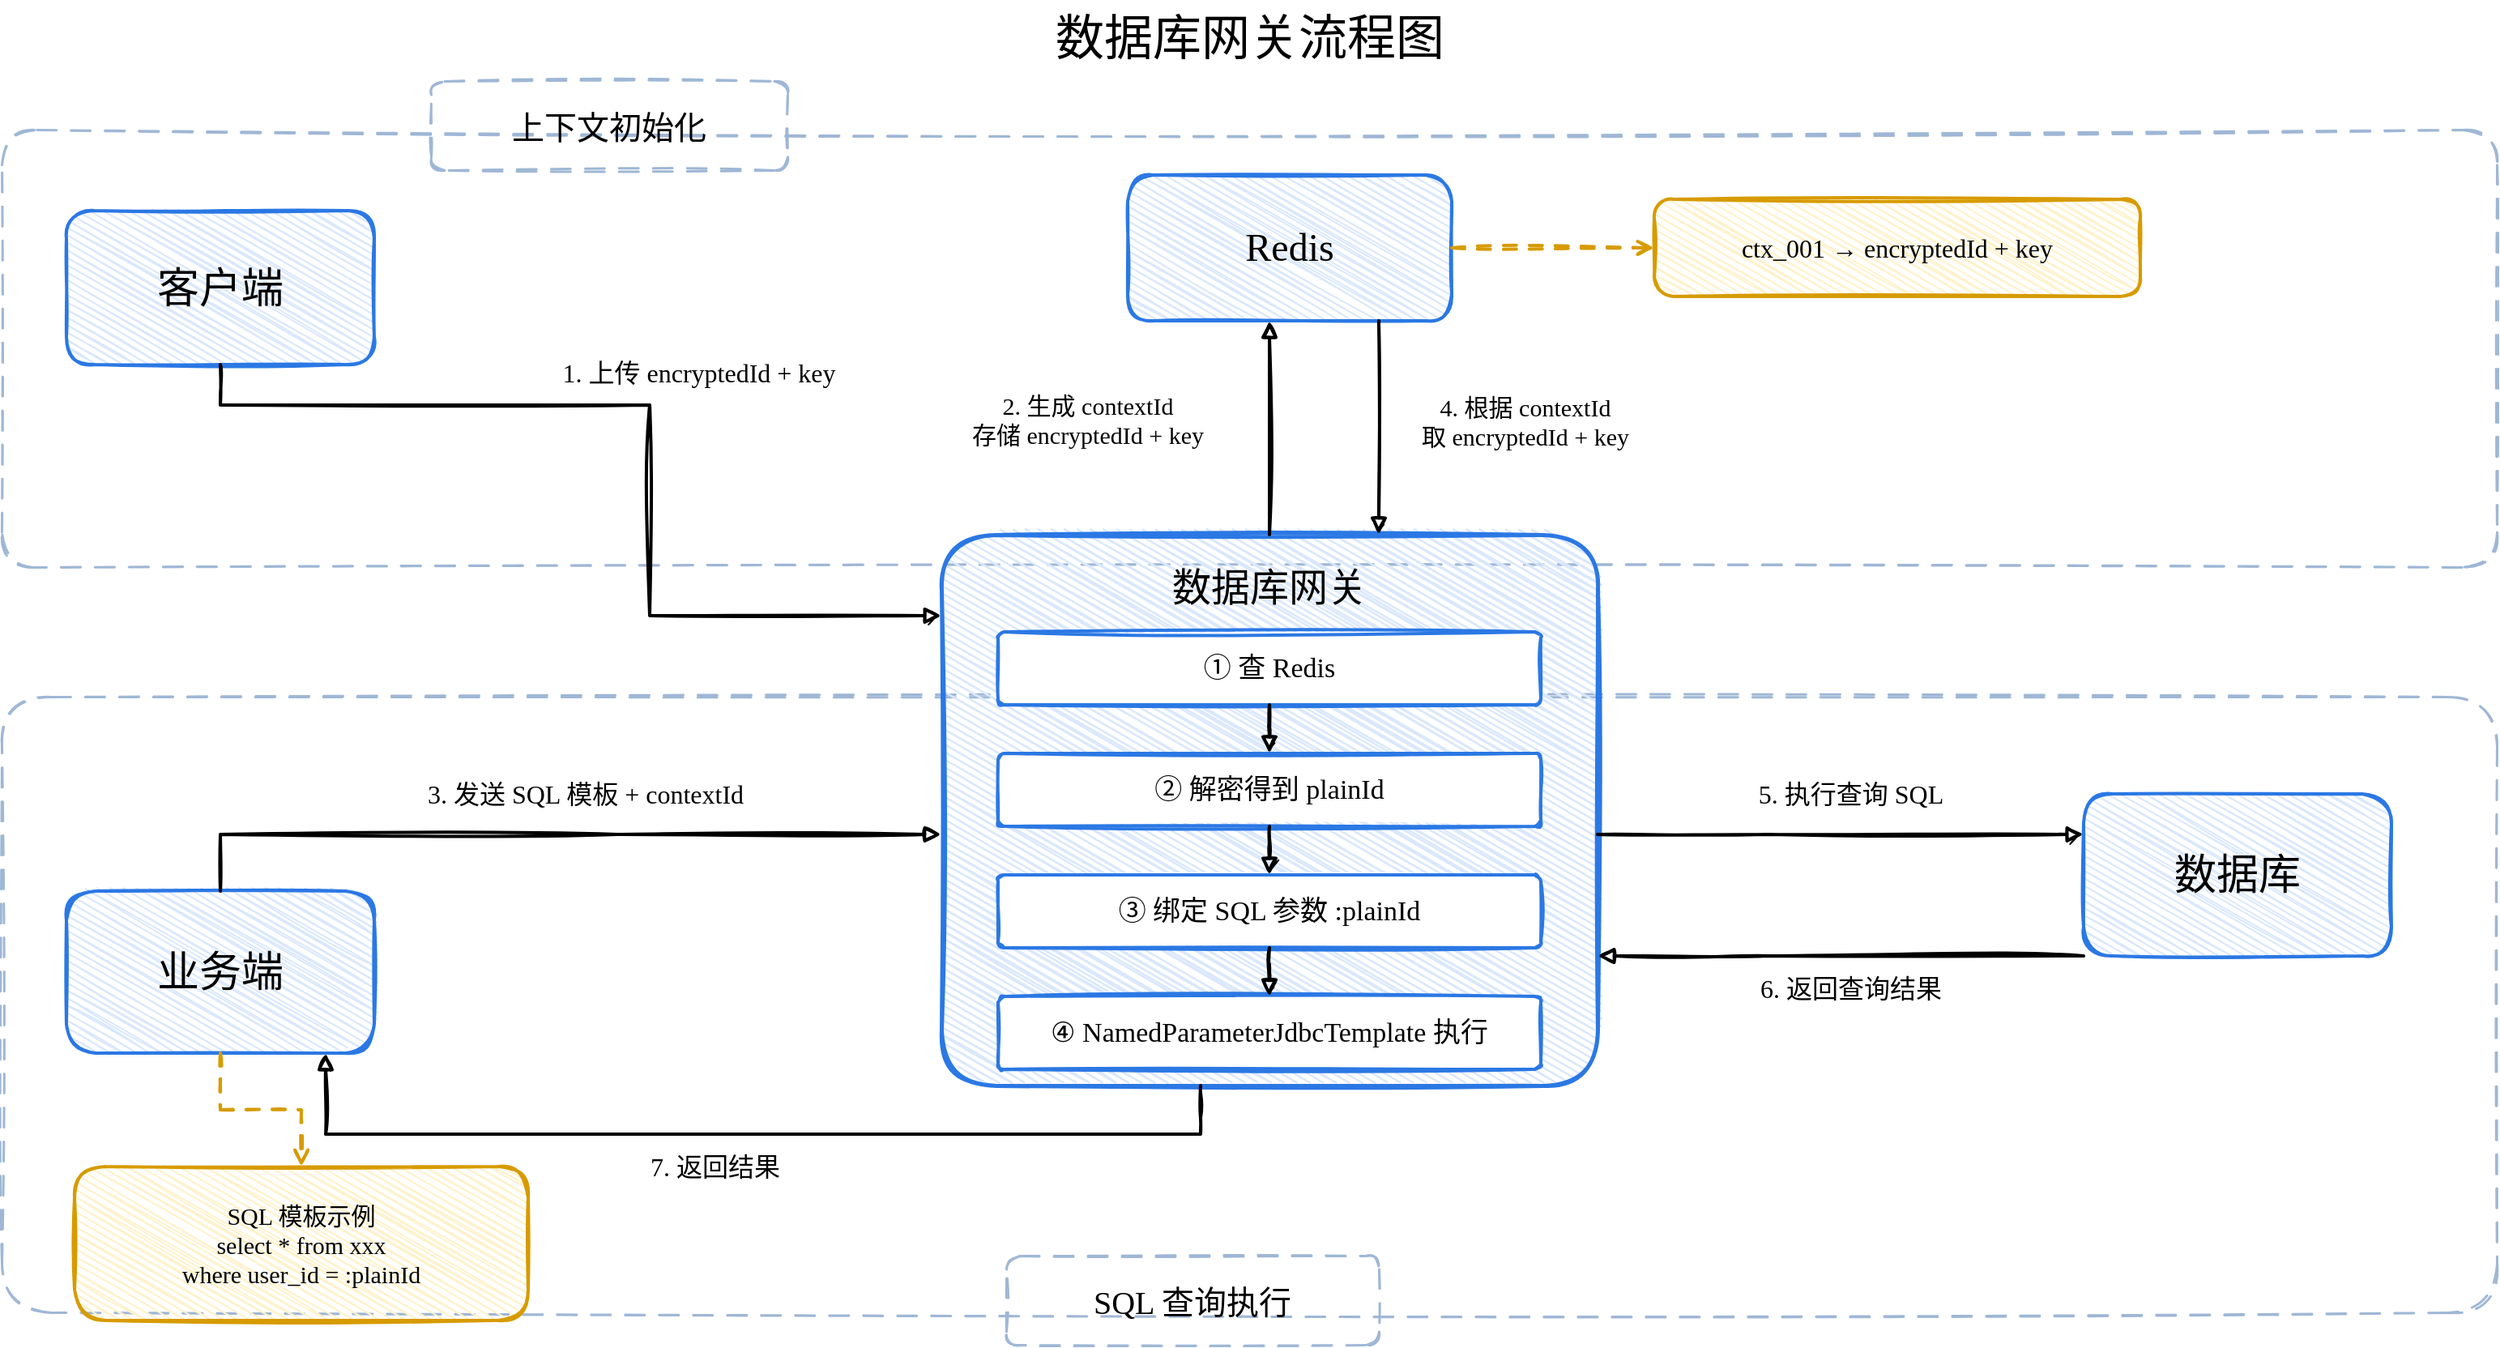
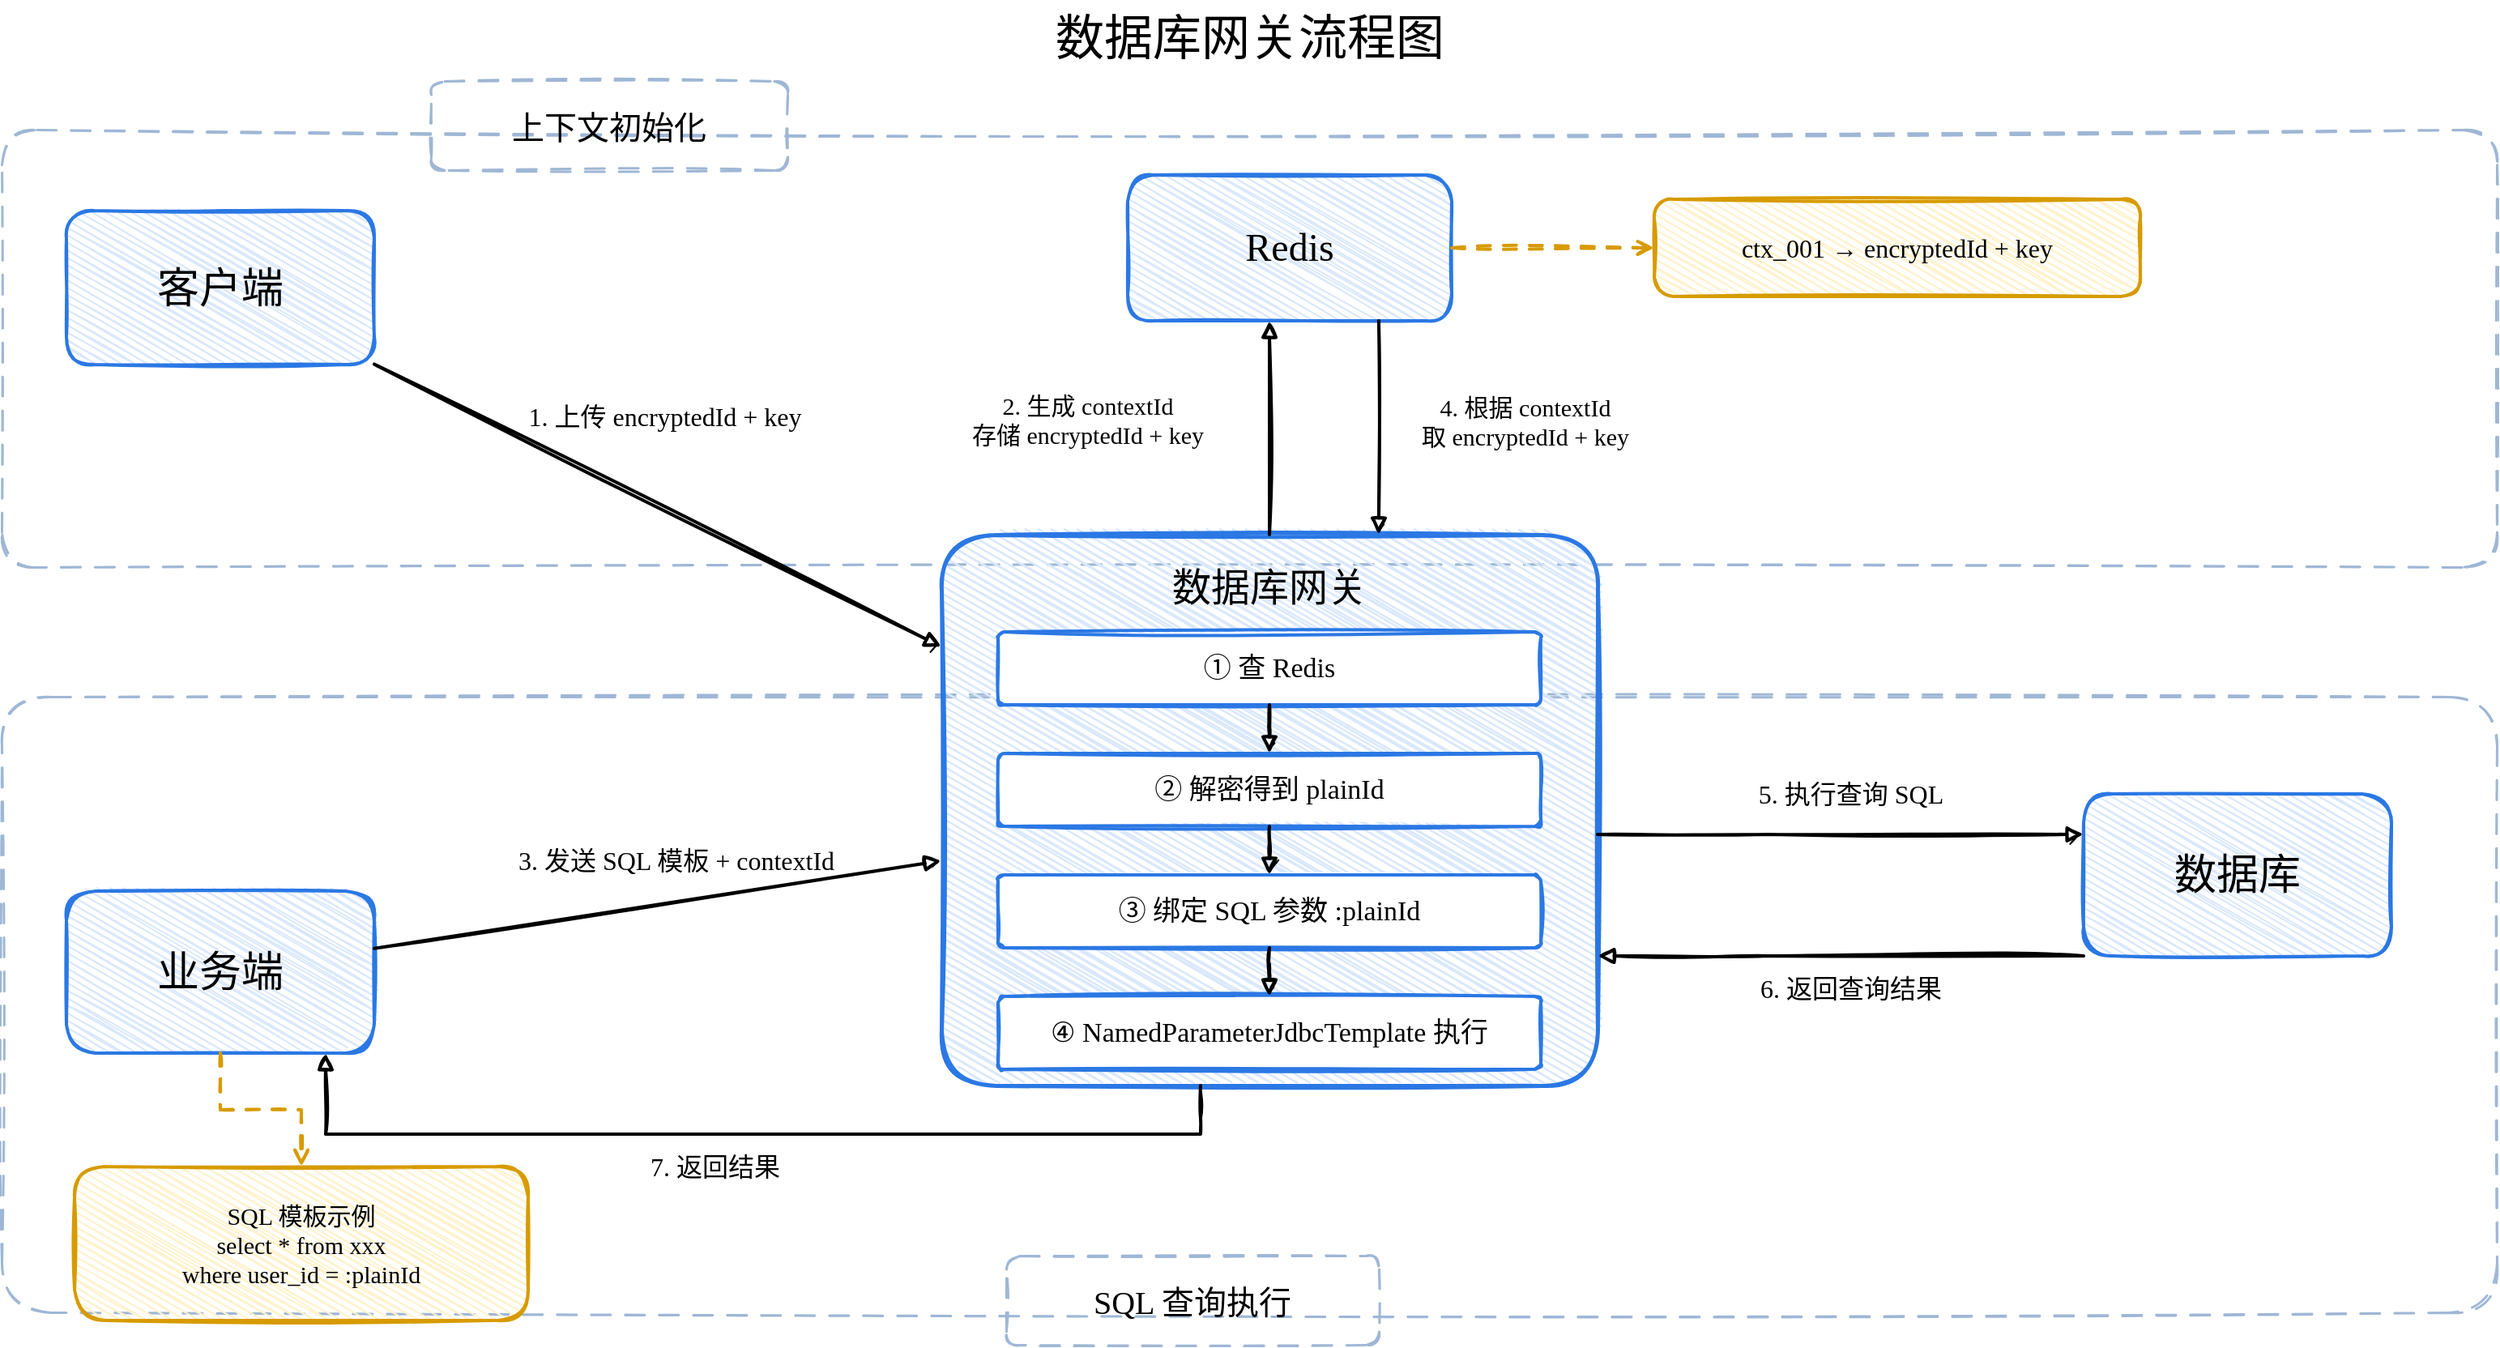
<mxfile host="app.diagrams.net">
  <diagram name="第 1 页" id="lDtMVX3rfUzubP_undm2">
    <mxGraphModel dx="1543" dy="1078" grid="1" gridSize="10" guides="1" tooltips="1" connect="1" arrows="1" fold="1" page="1" pageScale="1" pageWidth="1600" pageHeight="900" math="0" shadow="0">
      <root>
        <mxCell id="0" />
        <mxCell id="1" parent="0" />
        <mxCell id="sec_init" parent="1" style="rounded=1;whiteSpace=wrap;html=1;fillColor=none;strokeColor=#9fb7d5;dashed=1;dashPattern=8 6;strokeWidth=1.5;arcSize=8;sketch=1;" value="" vertex="1">
          <mxGeometry height="270" width="1540" x="30" y="100" as="geometry" />
        </mxCell>
        <mxCell id="sec_sql" parent="1" style="rounded=1;whiteSpace=wrap;html=1;fillColor=none;strokeColor=#9fb7d5;dashed=1;dashPattern=8 6;strokeWidth=1.5;arcSize=8;sketch=1;" value="" vertex="1">
          <mxGeometry height="380" width="1540" x="30" y="450" as="geometry" />
        </mxCell>
        <mxCell id="title" parent="1" style="text;html=1;strokeColor=none;fillColor=none;align=center;verticalAlign=middle;fontSize=30;fontFamily=Comic Sans MS;" value="数据库网关流程图" vertex="1">
          <mxGeometry height="45" width="400" x="600" y="20" as="geometry" />
        </mxCell>
        <mxCell id="label_init" parent="1" style="rounded=1;whiteSpace=wrap;html=1;fillColor=none;strokeColor=#9fb7d5;dashed=1;dashPattern=8 6;strokeWidth=1.5;fontSize=20;fontFamily=Comic Sans MS;sketch=1;" value="上下文初始化" vertex="1">
          <mxGeometry height="55" width="220" x="295" y="70" as="geometry" />
        </mxCell>
        <mxCell id="label_sql" parent="1" style="rounded=1;whiteSpace=wrap;html=1;fillColor=none;strokeColor=#9fb7d5;dashed=1;dashPattern=8 6;strokeWidth=1.5;fontSize=20;fontFamily=Comic Sans MS;sketch=1;" value="SQL 查询执行" vertex="1">
          <mxGeometry height="55" width="230" x="650" y="795" as="geometry" />
        </mxCell>
        <mxCell id="client" parent="1" style="rounded=1;whiteSpace=wrap;html=1;fillColor=#dae8fc;strokeColor=#2b78e4;strokeWidth=2;arcSize=18;fontSize=26;fontFamily=Comic Sans MS;sketch=1;hachureGap=4;hachureAngle=60;" value="客户端" vertex="1">
          <mxGeometry height="95" width="190" x="70" y="150" as="geometry" />
        </mxCell>
        <mxCell id="biz" parent="1" style="rounded=1;whiteSpace=wrap;html=1;fillColor=#dae8fc;strokeColor=#2b78e4;strokeWidth=2;arcSize=18;fontSize=26;fontFamily=Comic Sans MS;sketch=1;hachureGap=4;hachureAngle=60;" value="业务端" vertex="1">
          <mxGeometry height="100" width="190" x="70" y="570" as="geometry" />
        </mxCell>
        <mxCell id="redis" parent="1" style="rounded=1;whiteSpace=wrap;html=1;fillColor=#dae8fc;strokeColor=#2b78e4;strokeWidth=2;arcSize=18;fontSize=24;fontFamily=Comic Sans MS;sketch=1;hachureGap=4;hachureAngle=60;" value="Redis" vertex="1">
          <mxGeometry height="90" width="200" x="725" y="128" as="geometry" />
        </mxCell>
        <mxCell id="db" parent="1" style="rounded=1;whiteSpace=wrap;html=1;fillColor=#dae8fc;strokeColor=#2b78e4;strokeWidth=2;arcSize=18;fontSize=26;fontFamily=Comic Sans MS;sketch=1;hachureGap=4;hachureAngle=60;" value="数据库" vertex="1">
          <mxGeometry height="100" width="190" x="1315" y="510" as="geometry" />
        </mxCell>
        <mxCell id="gateway" parent="1" style="rounded=1;whiteSpace=wrap;html=1;fillColor=#dae8fc;strokeColor=#2b78e4;strokeWidth=2.5;arcSize=10;fontSize=24;fontFamily=Comic Sans MS;sketch=1;hachureGap=4;hachureAngle=60;verticalAlign=top;spacingTop=12;" value="数据库网关" vertex="1">
          <mxGeometry height="340" width="405" x="610" y="350" as="geometry" />
        </mxCell>
        <mxCell id="s1" parent="1" style="rounded=1;whiteSpace=wrap;html=1;fillColor=#ffffff;strokeColor=#2b78e4;strokeWidth=2;arcSize=8;fontSize=17;fontFamily=Comic Sans MS;sketch=1;" value="① 查 Redis" vertex="1">
          <mxGeometry height="45" width="335" x="645" y="410" as="geometry" />
        </mxCell>
        <mxCell id="s2" parent="1" style="rounded=1;whiteSpace=wrap;html=1;fillColor=#ffffff;strokeColor=#2b78e4;strokeWidth=2;arcSize=8;fontSize=17;fontFamily=Comic Sans MS;sketch=1;" value="② 解密得到 plainId" vertex="1">
          <mxGeometry height="45" width="335" x="645" y="485" as="geometry" />
        </mxCell>
        <mxCell id="s3" parent="1" style="rounded=1;whiteSpace=wrap;html=1;fillColor=#ffffff;strokeColor=#2b78e4;strokeWidth=2;arcSize=8;fontSize=17;fontFamily=Comic Sans MS;sketch=1;" value="③ 绑定 SQL 参数 :plainId" vertex="1">
          <mxGeometry height="45" width="335" x="645" y="560" as="geometry" />
        </mxCell>
        <mxCell id="s4" parent="1" style="rounded=1;whiteSpace=wrap;html=1;fillColor=#ffffff;strokeColor=#2b78e4;strokeWidth=2;arcSize=8;fontSize=17;fontFamily=Comic Sans MS;sketch=1;" value="④ NamedParameterJdbcTemplate 执行" vertex="1">
          <mxGeometry height="45" width="335" x="645" y="635" as="geometry" />
        </mxCell>
        <mxCell id="redis_note" parent="1" style="rounded=1;whiteSpace=wrap;html=1;fillColor=#fff2cc;strokeColor=#d79b00;strokeWidth=2;arcSize=20;fontSize=16;fontFamily=Comic Sans MS;sketch=1;hachureGap=4;hachureAngle=60;" value="ctx_001 → encryptedId + key" vertex="1">
          <mxGeometry height="60" width="300" x="1050" y="143" as="geometry" />
        </mxCell>
        <mxCell id="sql_note" parent="1" style="rounded=1;whiteSpace=wrap;html=1;fillColor=#fff2cc;strokeColor=#d79b00;strokeWidth=2;arcSize=20;fontSize=15;fontFamily=Comic Sans MS;sketch=1;hachureGap=4;hachureAngle=60;" value="SQL 模板示例&lt;br&gt;select * from xxx&lt;br&gt;where user_id = :plainId" vertex="1">
          <mxGeometry height="95" width="280" x="75" y="740" as="geometry" />
        </mxCell>
-         <mxCell id="e1" edge="1" parent="1" source="client" style="edgeStyle=orthogonalEdgeStyle;rounded=0;orthogonalLoop=1;jettySize=auto;html=1;endArrow=block;endFill=1;strokeColor=#000000;strokeWidth=2;fontSize=16;fontFamily=Comic Sans MS;sketch=1;labelBackgroundColor=none;" target="gateway" value="1. 上传 encryptedId + key">
+         <mxCell id="e1" edge="1" parent="1" source="client" style="rounded=0;orthogonalLoop=1;jettySize=auto;html=1;endArrow=block;endFill=1;strokeColor=#000000;strokeWidth=2;fontSize=16;fontFamily=Comic Sans MS;sketch=1;labelBackgroundColor=none;" target="gateway" value="1. 上传 encryptedId + key">
          <mxGeometry relative="1" x="-0.0333" y="36" as="geometry">
            <mxPoint x="-6" y="-20" as="offset" />
-             <Array as="points">
-               <mxPoint x="430" y="270" />
-               <mxPoint x="610" y="400" />
-             </Array>
          </mxGeometry>
        </mxCell>
        <mxCell id="e2" edge="1" parent="1" source="gateway" style="edgeStyle=orthogonalEdgeStyle;rounded=0;orthogonalLoop=1;jettySize=auto;html=1;endArrow=block;endFill=1;strokeColor=#000000;strokeWidth=2;fontSize=15;fontFamily=Comic Sans MS;sketch=1;labelBackgroundColor=none;" target="redis" value="2. 生成 contextId&lt;br&gt;存储 encryptedId + key">
          <mxGeometry relative="1" x="0.0606" y="113" as="geometry">
            <mxPoint y="-1" as="offset" />
            <Array as="points">
              <mxPoint x="765" y="350" />
              <mxPoint x="765" y="220" />
            </Array>
          </mxGeometry>
        </mxCell>
-         <mxCell id="e3" edge="1" parent="1" source="biz" style="edgeStyle=orthogonalEdgeStyle;rounded=0;orthogonalLoop=1;jettySize=auto;html=1;endArrow=block;endFill=1;strokeColor=#000000;strokeWidth=2;fontSize=16;fontFamily=Comic Sans MS;sketch=1;labelBackgroundColor=none;" target="gateway" value="3. 发送 SQL 模板 + contextId">
+         <mxCell id="e3" edge="1" parent="1" source="biz" style="rounded=0;orthogonalLoop=1;jettySize=auto;html=1;endArrow=block;endFill=1;strokeColor=#000000;strokeWidth=2;fontSize=16;fontFamily=Comic Sans MS;sketch=1;labelBackgroundColor=none;" target="gateway" value="3. 发送 SQL 模板 + contextId">
          <mxGeometry relative="1" x="0.0833" y="25" as="geometry">
            <mxPoint as="offset" />
-             <Array as="points">
-               <mxPoint x="410" y="535" />
-               <mxPoint x="610" y="535" />
-             </Array>
          </mxGeometry>
        </mxCell>
        <mxCell id="e4" edge="1" parent="1" source="redis" style="edgeStyle=orthogonalEdgeStyle;rounded=0;orthogonalLoop=1;jettySize=auto;html=1;endArrow=block;endFill=1;strokeColor=#000000;strokeWidth=2;fontSize=15;fontFamily=Comic Sans MS;sketch=1;labelBackgroundColor=none;" target="gateway" value="4. 根据 contextId&lt;br&gt;取 encryptedId + key">
          <mxGeometry relative="1" x="-0.0606" y="90" as="geometry">
            <mxPoint as="offset" />
            <Array as="points">
              <mxPoint x="880" y="220" />
              <mxPoint x="880" y="350" />
            </Array>
          </mxGeometry>
        </mxCell>
        <mxCell id="e5" edge="1" parent="1" source="gateway" style="edgeStyle=orthogonalEdgeStyle;rounded=0;orthogonalLoop=1;jettySize=auto;html=1;endArrow=block;endFill=1;strokeColor=#000000;strokeWidth=2;fontSize=16;fontFamily=Comic Sans MS;sketch=1;labelBackgroundColor=none;" target="db" value="5. 执行查询 SQL">
          <mxGeometry relative="1" x="0.0333" y="25" as="geometry">
            <mxPoint x="1" as="offset" />
            <Array as="points">
              <mxPoint x="1120" y="535" />
              <mxPoint x="1315" y="535" />
            </Array>
          </mxGeometry>
        </mxCell>
        <mxCell id="e6" edge="1" parent="1" source="db" style="edgeStyle=orthogonalEdgeStyle;rounded=0;orthogonalLoop=1;jettySize=auto;html=1;endArrow=block;endFill=1;strokeColor=#000000;strokeWidth=2;fontSize=16;fontFamily=Comic Sans MS;sketch=1;" target="gateway" value="6. 返回查询结果">
          <mxGeometry relative="1" x="-0.0333" y="20" as="geometry">
            <mxPoint x="1" as="offset" />
            <Array as="points">
              <mxPoint x="1120" y="610" />
              <mxPoint x="1015" y="610" />
            </Array>
          </mxGeometry>
        </mxCell>
        <mxCell id="e7" edge="1" parent="1" source="gateway" style="edgeStyle=orthogonalEdgeStyle;rounded=0;orthogonalLoop=1;jettySize=auto;html=1;endArrow=block;endFill=1;strokeColor=#000000;strokeWidth=2;fontSize=16;fontFamily=Comic Sans MS;sketch=1;labelBackgroundColor=none;" target="biz" value="7. 返回结果">
          <mxGeometry relative="1" x="0.0645" y="20" as="geometry">
            <mxPoint as="offset" />
            <Array as="points">
              <mxPoint x="770" y="710" />
              <mxPoint x="770" y="720" />
              <mxPoint x="230" y="720" />
              <mxPoint x="230" y="670" />
            </Array>
          </mxGeometry>
        </mxCell>
        <mxCell id="is12" edge="1" parent="1" source="s1" style="edgeStyle=orthogonalEdgeStyle;rounded=0;orthogonalLoop=1;jettySize=auto;html=1;endArrow=block;endFill=1;strokeColor=#000000;strokeWidth=2;fontSize=1;fontFamily=Comic Sans MS;sketch=1;" target="s2" value="">
          <mxGeometry relative="1" as="geometry" />
        </mxCell>
        <mxCell id="is23" edge="1" parent="1" source="s2" style="edgeStyle=orthogonalEdgeStyle;rounded=0;orthogonalLoop=1;jettySize=auto;html=1;endArrow=block;endFill=1;strokeColor=#000000;strokeWidth=2;fontSize=1;fontFamily=Comic Sans MS;sketch=1;" target="s3" value="">
          <mxGeometry relative="1" as="geometry" />
        </mxCell>
        <mxCell id="is34" edge="1" parent="1" source="s3" style="edgeStyle=orthogonalEdgeStyle;rounded=0;orthogonalLoop=1;jettySize=auto;html=1;endArrow=block;endFill=1;strokeColor=#000000;strokeWidth=2;fontSize=1;fontFamily=Comic Sans MS;sketch=1;" target="s4" value="">
          <mxGeometry relative="1" as="geometry" />
        </mxCell>
        <mxCell id="n1" edge="1" parent="1" source="redis" style="edgeStyle=orthogonalEdgeStyle;rounded=0;orthogonalLoop=1;jettySize=auto;html=1;endArrow=open;endFill=1;strokeColor=#d79b00;strokeWidth=2;fontSize=16;fontFamily=Comic Sans MS;sketch=1;dashed=1;dashPattern=4 4;" target="redis_note" value="">
          <mxGeometry relative="1" as="geometry" />
        </mxCell>
        <mxCell id="n2" edge="1" parent="1" source="biz" style="edgeStyle=orthogonalEdgeStyle;rounded=0;orthogonalLoop=1;jettySize=auto;html=1;endArrow=open;endFill=1;strokeColor=#d79b00;strokeWidth=2;fontSize=16;fontFamily=Comic Sans MS;sketch=1;dashed=1;dashPattern=4 4;" target="sql_note" value="">
          <mxGeometry relative="1" as="geometry" />
        </mxCell>
      </root>
    </mxGraphModel>
  </diagram>
</mxfile>
